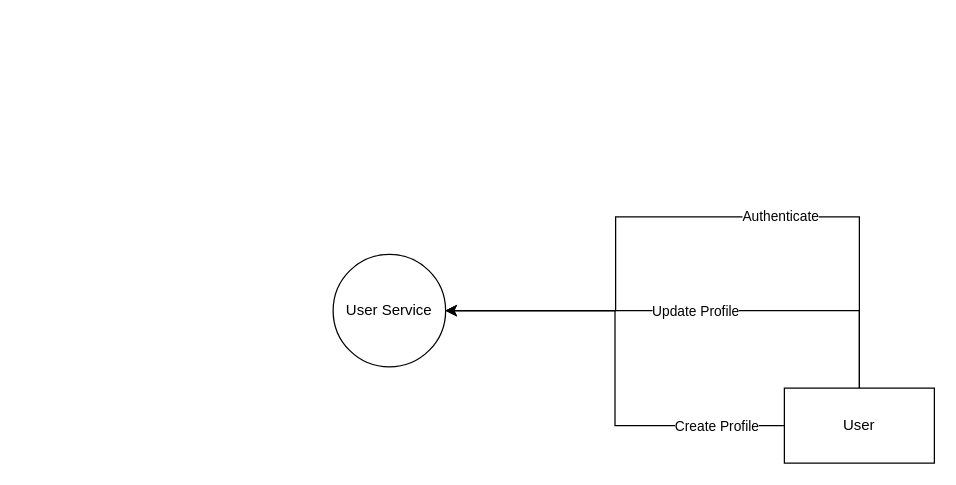
Before: diagrams/User System Context Diagram.drawio in Apollo-LW/Apollo-LW, a draw.io diagram. Source tidied: cells renumbered, new cells numbered last; positions are measured from the earlier drawing's top-left corner, leaving out a move shared by most shapes. Both pictures are drawn from the tidied source at 125%, with x=0, y=0 at pixel (332, 216).
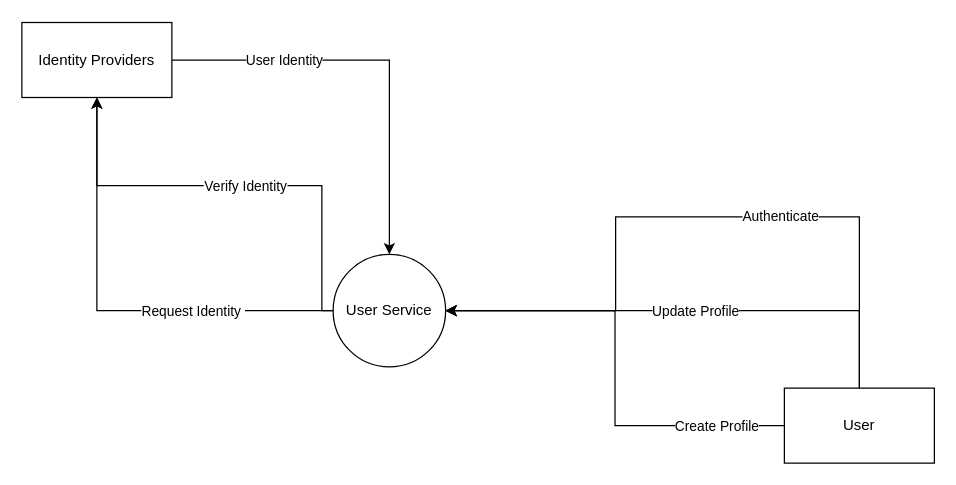
Above is the later version.

Commit message:
Add Identity Providers interactions

Unchanged cells that the change refers to:
```xml
<mxCell id="2" value="User Service" style="ellipse;whiteSpace=wrap;html=1;" parent="1" vertex="1">
  <mxGeometry y="30" width="90" height="90" as="geometry" />
</mxCell>
```

The edit, as a diff of the source:
```diff
@@
+    <mxCell id="10" style="edgeStyle=orthogonalEdgeStyle;rounded=0;jettySize=auto;html=1;entryX=0.5;entryY=1;entryDx=0;entryDy=0;exitX=0;exitY=0.5;exitDx=0;exitDy=0;" parent="1" edge="1" source="2" target="16">
+      <mxGeometry relative="1" as="geometry" />
+    </mxCell>
+    <mxCell id="11" value="Request Identity&amp;nbsp;" style="edgeLabel;html=1;align=center;verticalAlign=middle;" parent="10" vertex="1">
+      <mxGeometry x="-0.26" y="-3" relative="1" as="geometry">
+        <mxPoint x="20" y="3" as="offset" />
+      </mxGeometry>
+    </mxCell>
+    <mxCell id="12" style="edgeStyle=orthogonalEdgeStyle;rounded=0;jettySize=auto;html=1;entryX=0.5;entryY=1;entryDx=0;entryDy=0;exitX=0;exitY=0.5;exitDx=0;exitDy=0;" parent="1" edge="1" source="2" target="16">
+      <mxGeometry relative="1" as="geometry">
+        <Array as="points">
+          <mxPoint x="-9" y="75" />
+          <mxPoint x="-9" y="-25" />
+          <mxPoint x="-189" y="-25" />
+        </Array>
+      </mxGeometry>
+    </mxCell>
+    <mxCell id="13" value="Verify Identity" style="edgeLabel;html=1;align=center;verticalAlign=middle;" parent="12" vertex="1">
+      <mxGeometry x="-0.14" y="-3" relative="1" as="geometry">
+        <mxPoint x="-16" y="3" as="offset" />
+      </mxGeometry>
+    </mxCell>
+    <mxCell id="14" style="edgeStyle=orthogonalEdgeStyle;rounded=0;jettySize=auto;html=1;entryX=0.5;entryY=0;entryDx=0;entryDy=0;" parent="1" edge="1" source="16" target="2">
+      <mxGeometry relative="1" as="geometry" />
+    </mxCell>
+    <mxCell id="15" value="User Identity" style="edgeLabel;html=1;align=center;verticalAlign=middle;" parent="14" vertex="1">
+      <mxGeometry x="-0.41" y="2" relative="1" as="geometry">
+        <mxPoint x="-8" y="2" as="offset" />
+      </mxGeometry>
+    </mxCell>
+    <mxCell id="16" value="Identity Providers" style="rounded=0;whiteSpace=wrap;html=1;" parent="1" vertex="1">
+      <mxGeometry x="-249" y="-155.5" width="120" height="60" as="geometry" />
+    </mxCell>
```
